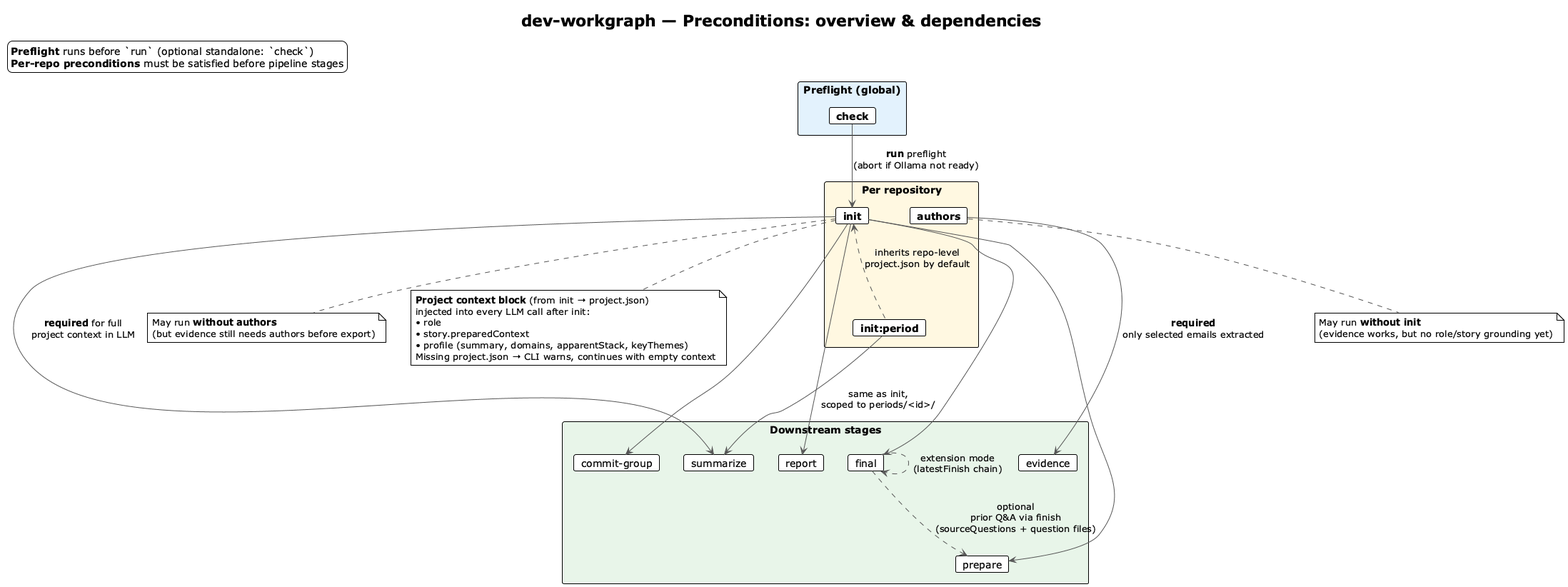
Earlier version of the PlantUML export img/preconditions-overview.png (vzakharchenko/dev-workgraph).
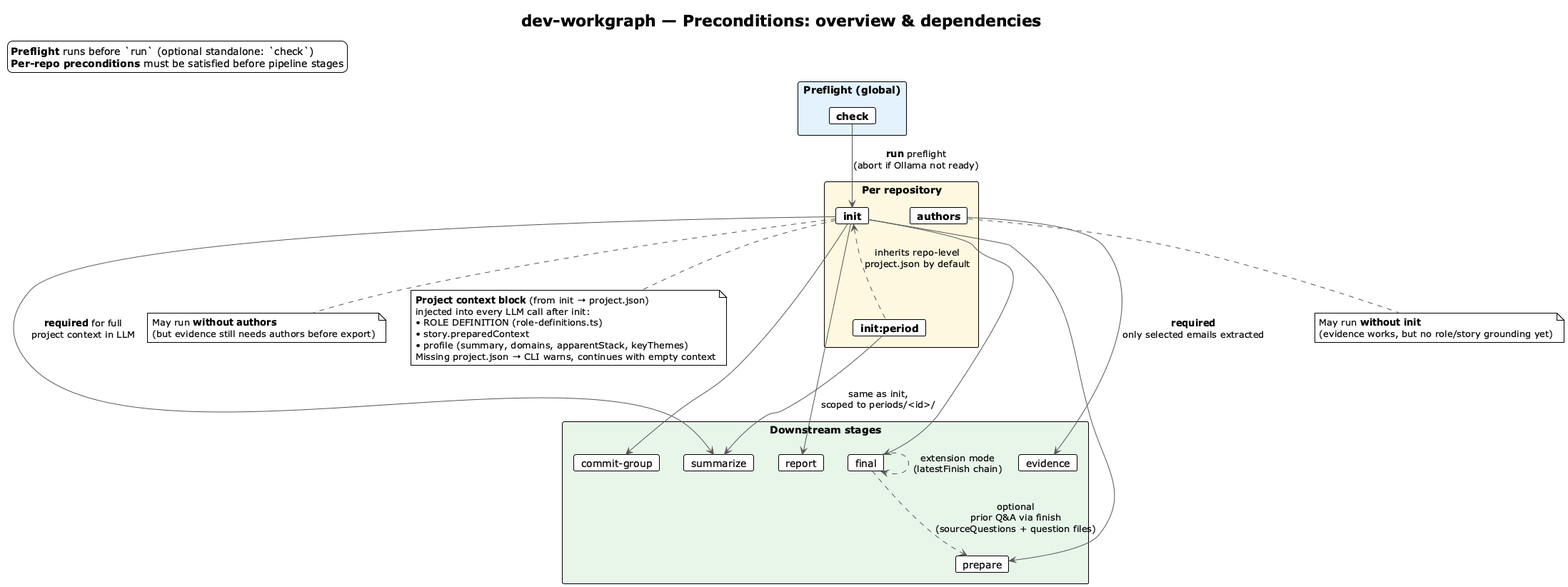
Above is the later version.

Diff of the diagram source:
```diff
@@ -57,7 +57,7 @@
 note as NCTX
   **Project context block** (from init → project.json)
   injected into every LLM call after init:
-  • role
+  • ROLE DEFINITION (role-definitions.ts)
   • story.preparedContext
   • profile (summary, domains, apparentStack, keyThemes)
   Missing project.json → CLI warns, continues with empty context
```
